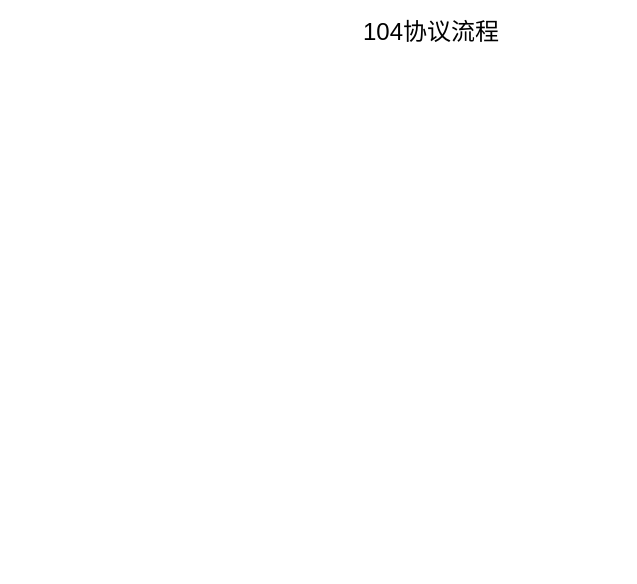
Before: S2024/S104.drawio in LightGrass/Draw-pic, a draw.io diagram. Source tidied: cells renumbered, new cells numbered last; positions are measured from the earlier drawing's top-left corner, leaving out a move shared by most shapes. Both pictures are drawn from the tidied source at 100%, with x=0, y=0 at pixel (361, 17).
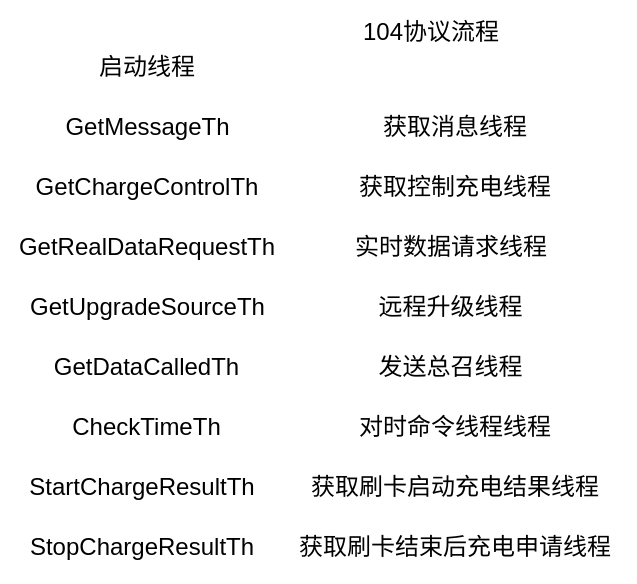
The same page after the edit.

The edit, as a diff of the source:
```diff
@@
 <mxGraphModel>
   <root>
     <mxCell id="0" />
     <mxCell id="1" parent="0" />
     <mxCell id="2" value="&lt;font style=&quot;font-size: 24px;&quot;&gt;104协议流程&lt;/font&gt;" style="text;html=1;align=center;verticalAlign=middle;whiteSpace=wrap;rounded=0;" parent="1" vertex="1">
       <mxGeometry width="140" height="30" as="geometry" />
     </mxCell>
+    <mxCell id="3" value="&lt;font style=&quot;font-size: 24px;&quot;&gt;启动线程&lt;/font&gt;" style="text;html=1;align=center;verticalAlign=middle;whiteSpace=wrap;rounded=0;" parent="1" vertex="1">
+      <mxGeometry x="-264" y="30" width="100" height="40" as="geometry" />
+    </mxCell>
+    <mxCell id="4" value="&lt;font style=&quot;font-size: 24px;&quot;&gt;GetMessageTh&lt;/font&gt;" style="text;html=1;align=center;verticalAlign=middle;whiteSpace=wrap;rounded=0;" parent="1" vertex="1">
+      <mxGeometry x="-301.5" y="90" width="175" height="40" as="geometry" />
+    </mxCell>
+    <mxCell id="5" value="&lt;font style=&quot;font-size: 24px;&quot;&gt;获取消息线程&lt;/font&gt;" style="text;html=1;align=center;verticalAlign=middle;whiteSpace=wrap;rounded=0;" parent="1" vertex="1">
+      <mxGeometry x="13.5" y="90" width="160" height="40" as="geometry" />
+    </mxCell>
+    <mxCell id="6" value="&lt;font style=&quot;font-size: 24px;&quot;&gt;GetChargeControlTh&lt;/font&gt;" style="text;html=1;align=center;verticalAlign=middle;whiteSpace=wrap;rounded=0;" parent="1" vertex="1">
+      <mxGeometry x="-329" y="150" width="230" height="40" as="geometry" />
+    </mxCell>
+    <mxCell id="7" value="&lt;font style=&quot;font-size: 24px;&quot;&gt;获取控制充电线程&lt;/font&gt;" style="text;html=1;align=center;verticalAlign=middle;whiteSpace=wrap;rounded=0;" parent="1" vertex="1">
+      <mxGeometry x="-6.5" y="150" width="200" height="40" as="geometry" />
+    </mxCell>
+    <mxCell id="8" value="&lt;font style=&quot;font-size: 24px;&quot;&gt;GetRealDataRequestTh&lt;/font&gt;" style="text;html=1;align=center;verticalAlign=middle;whiteSpace=wrap;rounded=0;" parent="1" vertex="1">
+      <mxGeometry x="-344" y="210" width="260" height="40" as="geometry" />
+    </mxCell>
+    <mxCell id="9" value="&lt;font style=&quot;font-size: 24px;&quot;&gt;实时数据请求线程&lt;/font&gt;" style="text;html=1;align=center;verticalAlign=middle;whiteSpace=wrap;rounded=0;" parent="1" vertex="1">
+      <mxGeometry x="-15.2" y="210" width="210" height="40" as="geometry" />
+    </mxCell>
+    <mxCell id="10" value="&lt;font style=&quot;font-size: 24px;&quot;&gt;GetUpgradeSourceTh&lt;/font&gt;" style="text;html=1;align=center;verticalAlign=middle;whiteSpace=wrap;rounded=0;" parent="1" vertex="1">
+      <mxGeometry x="-333.4" y="270" width="238.8" height="40" as="geometry" />
+    </mxCell>
+    <mxCell id="11" value="&lt;font style=&quot;font-size: 24px;&quot;&gt;远程升级线程&lt;/font&gt;" style="text;html=1;align=center;verticalAlign=middle;whiteSpace=wrap;rounded=0;" parent="1" vertex="1">
+      <mxGeometry x="12.2" y="270" width="155" height="40" as="geometry" />
+    </mxCell>
+    <mxCell id="12" value="&lt;font style=&quot;font-size: 24px;&quot;&gt;GetDataCalledTh&lt;/font&gt;" style="text;html=1;align=center;verticalAlign=middle;whiteSpace=wrap;rounded=0;" parent="1" vertex="1">
+      <mxGeometry x="-313.7" y="330" width="199.4" height="40" as="geometry" />
+    </mxCell>
+    <mxCell id="13" value="&lt;font style=&quot;font-size: 24px;&quot;&gt;发送总召&lt;/font&gt;&lt;span style=&quot;font-size: 24px; background-color: initial;&quot;&gt;线程&lt;/span&gt;" style="text;html=1;align=center;verticalAlign=middle;whiteSpace=wrap;rounded=0;" parent="1" vertex="1">
+      <mxGeometry x="12.2" y="330" width="155" height="40" as="geometry" />
+    </mxCell>
+    <mxCell id="14" value="&lt;font style=&quot;font-size: 24px;&quot;&gt;CheckTimeTh&lt;/font&gt;" style="text;html=1;align=center;verticalAlign=middle;whiteSpace=wrap;rounded=0;" parent="1" vertex="1">
+      <mxGeometry x="-313.7" y="390" width="199.4" height="40" as="geometry" />
+    </mxCell>
+    <mxCell id="15" value="&lt;span style=&quot;font-size: 24px; background-color: initial;&quot;&gt;对时命令线程线程&lt;/span&gt;" style="text;html=1;align=center;verticalAlign=middle;whiteSpace=wrap;rounded=0;" parent="1" vertex="1">
+      <mxGeometry x="-10.2" y="390" width="207.5" height="40" as="geometry" />
+    </mxCell>
+    <mxCell id="16" value="&lt;font style=&quot;font-size: 24px;&quot;&gt;StartChargeResultTh&lt;/font&gt;" style="text;html=1;align=center;verticalAlign=middle;whiteSpace=wrap;rounded=0;" parent="1" vertex="1">
+      <mxGeometry x="-338.8" y="450" width="239.7" height="40" as="geometry" />
+    </mxCell>
+    <mxCell id="17" value="&lt;font style=&quot;font-size: 24px;&quot;&gt;StopChargeResultTh&lt;/font&gt;" style="text;html=1;align=center;verticalAlign=middle;whiteSpace=wrap;rounded=0;" parent="1" vertex="1">
+      <mxGeometry x="-333.8" y="510" width="229.7" height="40" as="geometry" />
+    </mxCell>
+    <mxCell id="18" value="&lt;span style=&quot;font-size: 24px;&quot;&gt;获取刷卡启动充电结果线程&lt;/span&gt;" style="text;html=1;align=center;verticalAlign=middle;whiteSpace=wrap;rounded=0;" parent="1" vertex="1">
+      <mxGeometry x="-53.4" y="450" width="293.8" height="40" as="geometry" />
+    </mxCell>
+    <mxCell id="19" value="&lt;span style=&quot;font-size: 24px; background-color: initial;&quot;&gt;获取刷卡结束后充电申请线程&lt;/span&gt;" style="text;html=1;align=center;verticalAlign=middle;whiteSpace=wrap;rounded=0;" parent="1" vertex="1">
+      <mxGeometry x="-71.4" y="510" width="329.8" height="40" as="geometry" />
+    </mxCell>
   </root>
 </mxGraphModel>
```
